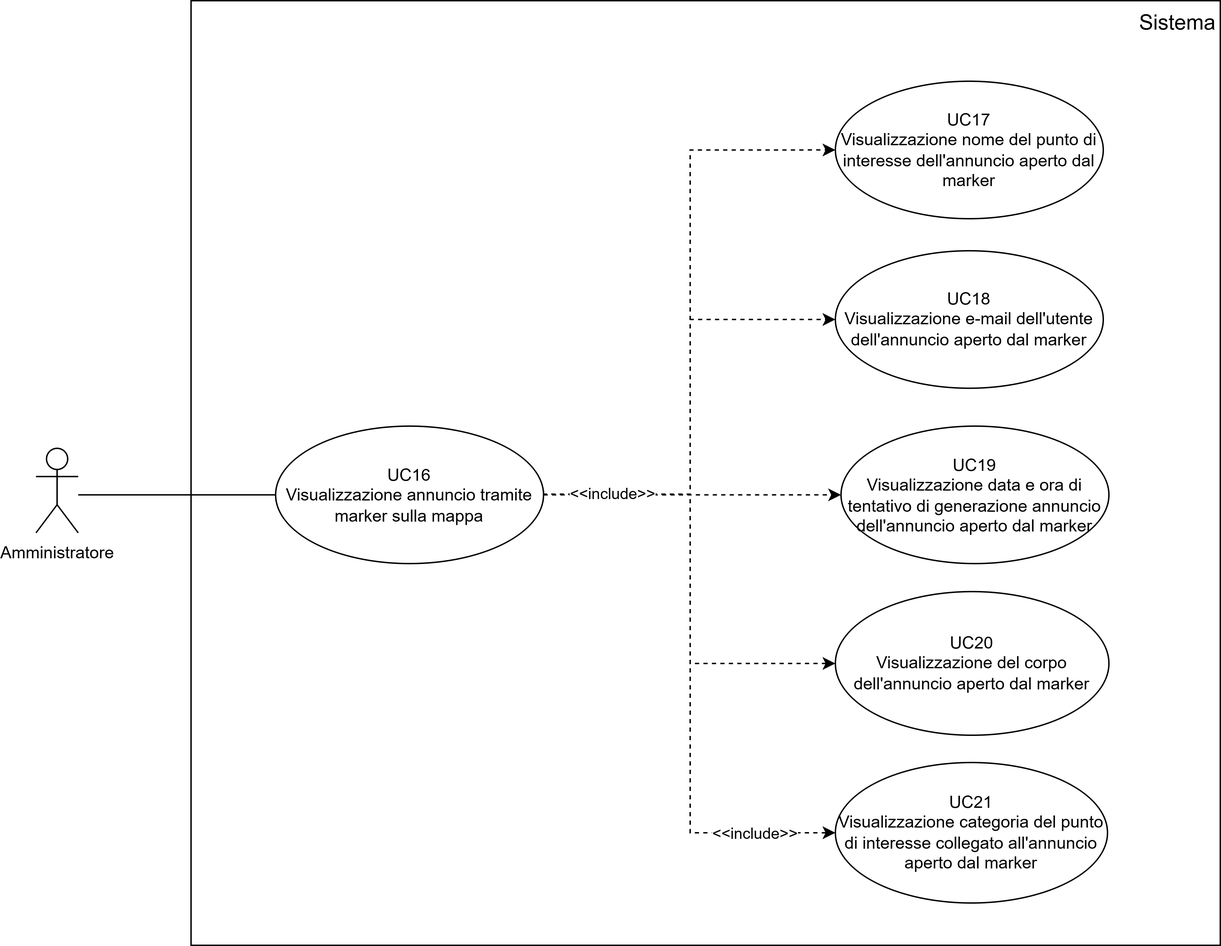
Above: assets/use_cases/UC16-17-18-19-20-21.png in SWEatUNIPD/docs (draw.io), before the change. Source tidied: cells renumbered, new cells last; positions are measured from the earlier drawing's top-left corner, leaving out a move shared by most shapes. The source it was exported from:
```xml
<mxGraphModel>
  <root>
    <mxCell id="0" />
    <mxCell id="1" parent="0" />
    <mxCell id="2" style="rounded=0;whiteSpace=wrap;html=1;fillColor=none;" parent="1" vertex="1">
      <mxGeometry x="110" width="730" height="670" as="geometry" />
    </mxCell>
    <mxCell id="3" style="edgeStyle=orthogonalEdgeStyle;rounded=0;jettySize=auto;html=1;endArrow=none;endFill=0;entryX=0;entryY=0.5;entryDx=0;entryDy=0;" parent="1" edge="1" source="4" target="12">
      <mxGeometry relative="1" as="geometry">
        <Array as="points">
          <mxPoint x="100" y="350" />
        </Array>
      </mxGeometry>
    </mxCell>
    <mxCell id="4" value="Amministratore" style="shape=umlActor;verticalLabelPosition=bottom;verticalAlign=top;html=1;outlineConnect=0;" parent="1" vertex="1">
      <mxGeometry y="317.5" width="30" height="60" as="geometry" />
    </mxCell>
    <mxCell id="5" style="edgeStyle=orthogonalEdgeStyle;rounded=0;jettySize=auto;html=1;dashed=1;exitX=1;exitY=0.5;exitDx=0;exitDy=0;" parent="1" edge="1" source="12" target="13">
      <mxGeometry relative="1" as="geometry">
        <Array as="points">
          <mxPoint x="360" y="347" />
          <mxPoint x="360" y="350" />
          <mxPoint x="464" y="350" />
          <mxPoint x="464" y="470" />
        </Array>
      </mxGeometry>
    </mxCell>
    <mxCell id="6" style="edgeStyle=orthogonalEdgeStyle;rounded=0;jettySize=auto;html=1;exitX=1;exitY=0.5;exitDx=0;exitDy=0;dashed=1;entryX=0;entryY=0.5;entryDx=0;entryDy=0;" parent="1" edge="1" source="12" target="16">
      <mxGeometry relative="1" as="geometry" />
    </mxCell>
    <mxCell id="7" style="edgeStyle=orthogonalEdgeStyle;rounded=0;jettySize=auto;html=1;exitX=1;exitY=0.5;exitDx=0;exitDy=0;entryX=0;entryY=0.5;entryDx=0;entryDy=0;dashed=1;" parent="1" edge="1" source="12" target="15">
      <mxGeometry relative="1" as="geometry">
        <Array as="points">
          <mxPoint x="360" y="347" />
          <mxPoint x="360" y="350" />
          <mxPoint x="464" y="350" />
          <mxPoint x="464" y="226" />
        </Array>
      </mxGeometry>
    </mxCell>
    <mxCell id="8" style="edgeStyle=orthogonalEdgeStyle;rounded=0;jettySize=auto;html=1;exitX=1;exitY=0.5;exitDx=0;exitDy=0;entryX=0;entryY=0.5;entryDx=0;entryDy=0;dashed=1;" parent="1" edge="1" source="12" target="14">
      <mxGeometry relative="1" as="geometry">
        <Array as="points">
          <mxPoint x="360" y="347" />
          <mxPoint x="360" y="350" />
          <mxPoint x="464" y="350" />
          <mxPoint x="464" y="106" />
        </Array>
      </mxGeometry>
    </mxCell>
    <mxCell id="9" style="edgeStyle=orthogonalEdgeStyle;rounded=0;jettySize=auto;html=1;exitX=1;exitY=0.5;exitDx=0;exitDy=0;entryX=0;entryY=0.5;entryDx=0;entryDy=0;dashed=1;" parent="1" edge="1" source="12" target="17">
      <mxGeometry relative="1" as="geometry">
        <Array as="points">
          <mxPoint x="360" y="347" />
          <mxPoint x="360" y="350" />
          <mxPoint x="464" y="350" />
          <mxPoint x="464" y="589" />
        </Array>
      </mxGeometry>
    </mxCell>
    <mxCell id="10" value="&amp;lt;&amp;lt;include&amp;gt;&amp;gt;" style="edgeLabel;html=1;align=center;verticalAlign=middle;" parent="9" vertex="1">
      <mxGeometry x="0.74" relative="1" as="geometry">
        <mxPoint x="1" as="offset" />
      </mxGeometry>
    </mxCell>
    <mxCell id="11" value="&amp;lt;&amp;lt;include&amp;gt;&amp;gt;" style="edgeLabel;html=1;align=center;verticalAlign=middle;" parent="9" vertex="1">
      <mxGeometry x="-0.76" y="1" relative="1" as="geometry" />
    </mxCell>
    <mxCell id="12" value="UC16&lt;div&gt;Visualizzazione annuncio tramite marker sulla mappa&lt;/div&gt;" style="ellipse;whiteSpace=wrap;html=1;fillColor=none;" parent="1" vertex="1">
      <mxGeometry x="170" y="301.8" width="190" height="97.5" as="geometry" />
    </mxCell>
    <mxCell id="13" value="UC20&lt;div&gt;Visualizzazione del corpo dell'annuncio aperto dal marker&lt;/div&gt;" style="ellipse;whiteSpace=wrap;html=1;fillColor=none;" parent="1" vertex="1">
      <mxGeometry x="567" y="419.1" width="194" height="101.9" as="geometry" />
    </mxCell>
    <mxCell id="14" value="UC17&lt;div&gt;Visualizzazione nome del punto di interesse dell'annuncio aperto dal marker&lt;/div&gt;" style="ellipse;whiteSpace=wrap;html=1;fillColor=none;" parent="1" vertex="1">
      <mxGeometry x="567" y="57.1" width="190" height="97.5" as="geometry" />
    </mxCell>
    <mxCell id="15" value="UC18&lt;div&gt;Visualizzazione e-mail dell'utente dell'annuncio aperto dal marker&lt;/div&gt;" style="ellipse;whiteSpace=wrap;html=1;fillColor=none;" parent="1" vertex="1">
      <mxGeometry x="567" y="177.4" width="190" height="97.5" as="geometry" />
    </mxCell>
    <mxCell id="16" value="UC19&lt;div&gt;Visualizzazione data e ora di tentativo di generazione annuncio dell'annuncio aperto dal marker&lt;/div&gt;" style="ellipse;whiteSpace=wrap;html=1;fillColor=none;" parent="1" vertex="1">
      <mxGeometry x="571" y="301.8" width="190" height="97.5" as="geometry" />
    </mxCell>
    <mxCell id="17" value="UC21&lt;div&gt;Visualizzazione categoria del punto di interesse collegato all'annuncio aperto dal marker&lt;/div&gt;" style="ellipse;whiteSpace=wrap;html=1;fillColor=none;" parent="1" vertex="1">
      <mxGeometry x="567" y="540.4" width="193" height="99.6" as="geometry" />
    </mxCell>
    <mxCell id="18" value="&lt;font style=&quot;font-size: 15px;&quot;&gt;Sistema&lt;/font&gt;" style="text;html=1;align=center;verticalAlign=middle;whiteSpace=wrap;rounded=0;" parent="1" vertex="1">
      <mxGeometry x="780" width="60" height="30" as="geometry" />
    </mxCell>
  </root>
</mxGraphModel>
```
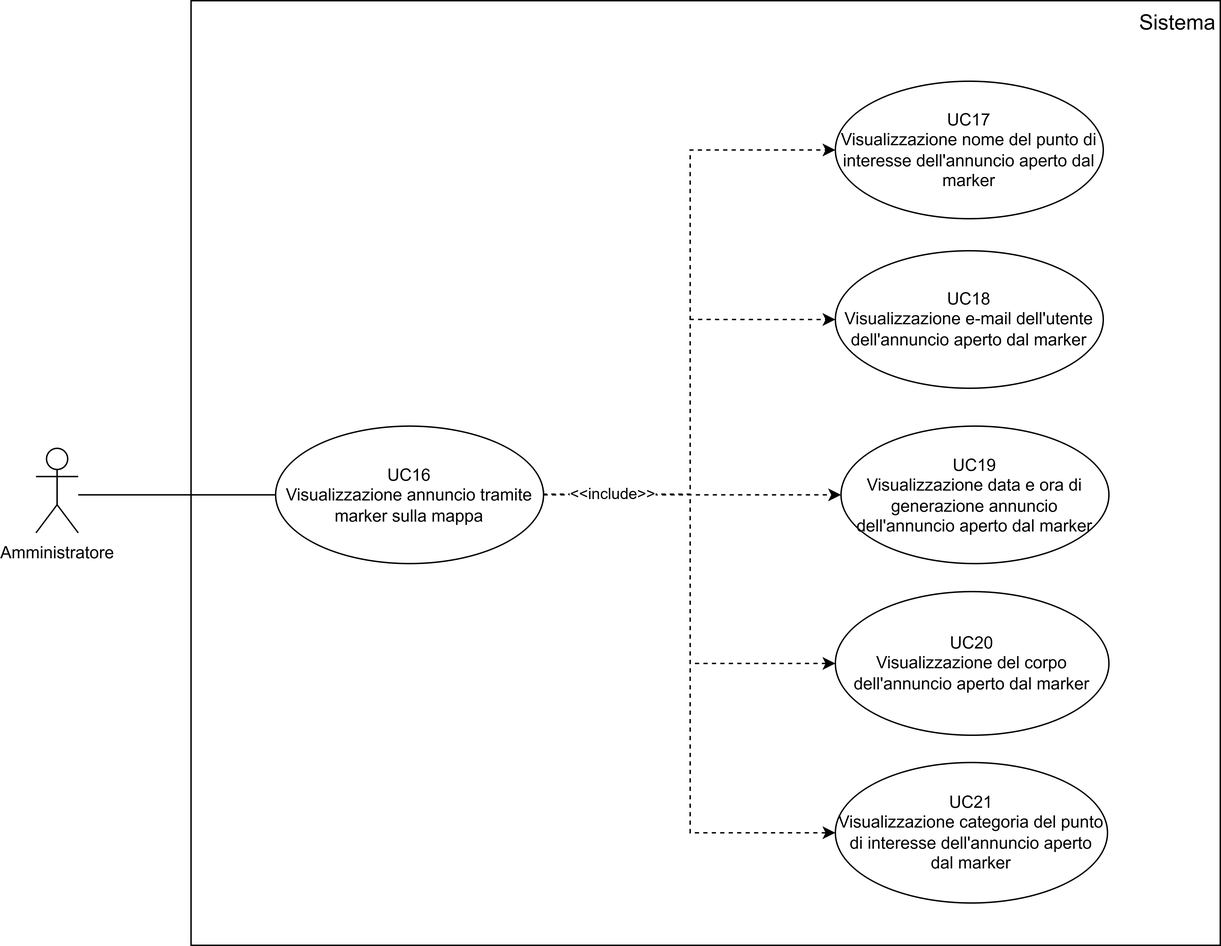
The same diagram one commit later.

The edit, as a diff of the source:
```diff
@@ -58,11 +58,6 @@
         </Array>
       </mxGeometry>
     </mxCell>
-    <mxCell id="10" value="&amp;lt;&amp;lt;include&amp;gt;&amp;gt;" style="edgeLabel;html=1;align=center;verticalAlign=middle;" parent="9" vertex="1">
-      <mxGeometry x="0.74" relative="1" as="geometry">
-        <mxPoint x="1" as="offset" />
-      </mxGeometry>
-    </mxCell>
     <mxCell id="11" value="&amp;lt;&amp;lt;include&amp;gt;&amp;gt;" style="edgeLabel;html=1;align=center;verticalAlign=middle;" parent="9" vertex="1">
       <mxGeometry x="-0.76" y="1" relative="1" as="geometry" />
     </mxCell>
@@ -78,10 +73,10 @@
     <mxCell id="15" value="UC18&lt;div&gt;Visualizzazione e-mail dell'utente dell'annuncio aperto dal marker&lt;/div&gt;" style="ellipse;whiteSpace=wrap;html=1;fillColor=none;" parent="1" vertex="1">
       <mxGeometry x="567" y="177.4" width="190" height="97.5" as="geometry" />
     </mxCell>
-    <mxCell id="16" value="UC19&lt;div&gt;Visualizzazione data e ora di tentativo di generazione annuncio dell'annuncio aperto dal marker&lt;/div&gt;" style="ellipse;whiteSpace=wrap;html=1;fillColor=none;" parent="1" vertex="1">
+    <mxCell id="16" value="UC19&lt;div&gt;Visualizzazione data e ora di generazione annuncio dell'annuncio aperto dal marker&lt;/div&gt;" style="ellipse;whiteSpace=wrap;html=1;fillColor=none;" parent="1" vertex="1">
       <mxGeometry x="571" y="301.8" width="190" height="97.5" as="geometry" />
     </mxCell>
-    <mxCell id="17" value="UC21&lt;div&gt;Visualizzazione categoria del punto di interesse collegato all'annuncio aperto dal marker&lt;/div&gt;" style="ellipse;whiteSpace=wrap;html=1;fillColor=none;" parent="1" vertex="1">
+    <mxCell id="17" value="UC21&lt;div&gt;Visualizzazione categoria del punto di interesse dell'annuncio aperto dal marker&lt;/div&gt;" style="ellipse;whiteSpace=wrap;html=1;fillColor=none;" parent="1" vertex="1">
       <mxGeometry x="567" y="540.4" width="193" height="99.6" as="geometry" />
     </mxCell>
     <mxCell id="18" value="&lt;font style=&quot;font-size: 15px;&quot;&gt;Sistema&lt;/font&gt;" style="text;html=1;align=center;verticalAlign=middle;whiteSpace=wrap;rounded=0;" parent="1" vertex="1">
```
